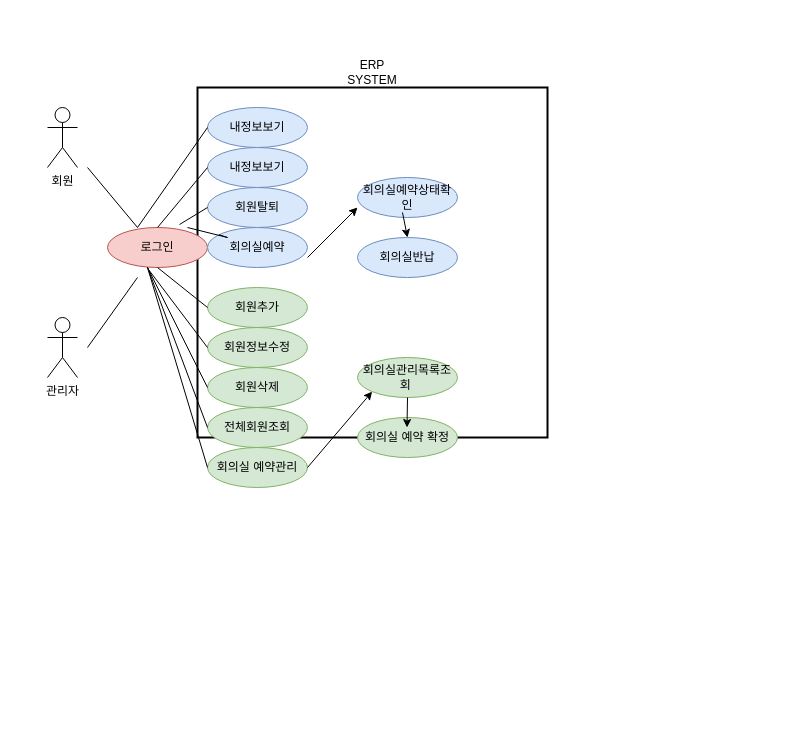
This is resources/제목 없는 다이어그램.drawio from dglimmm/gitProject, a draw.io file, before an edit. Source tidied: cells renumbered, new cells numbered last; positions are measured from the earlier drawing's top-left corner, leaving out a move shared by most shapes. Both pictures are drawn from the tidied source at 100%, with x=0, y=0 at pixel (47, 57).
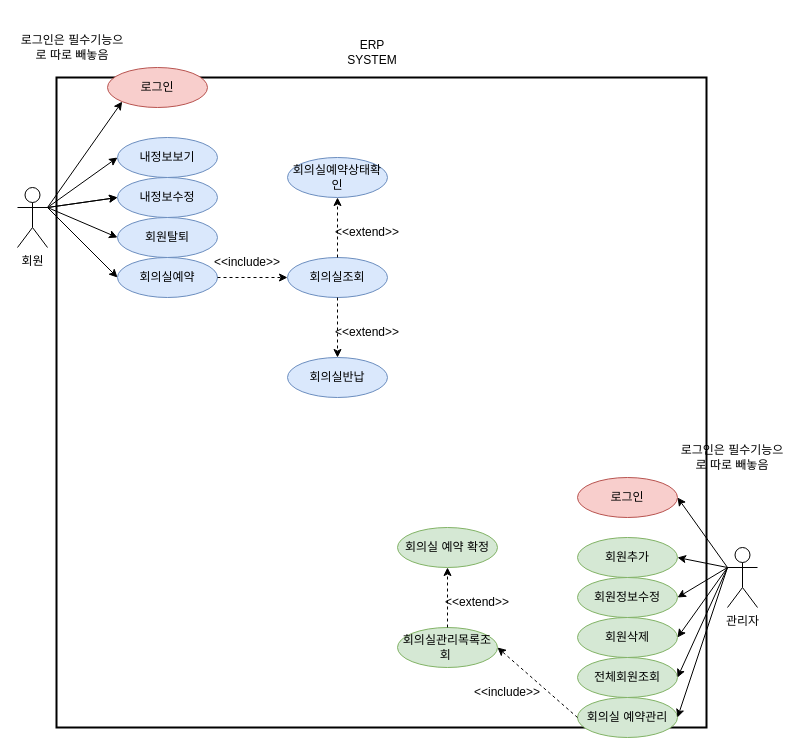
Above is the later version.

Diff of the diagram source:
```diff
@@
     <mxCell id="2" value="회원" style="shape=umlActor;verticalLabelPosition=bottom;verticalAlign=top;html=1;outlineConnect=0;" parent="1" vertex="1">
-      <mxGeometry y="50" width="30" height="60" as="geometry" />
+      <mxGeometry x="-30" y="130" width="30" height="60" as="geometry" />
     </mxCell>
     <mxCell id="3" value="관리자" style="shape=umlActor;verticalLabelPosition=bottom;verticalAlign=top;html=1;outlineConnect=0;" parent="1" vertex="1">
-      <mxGeometry y="260" width="30" height="60" as="geometry" />
+      <mxGeometry x="680" y="490" width="30" height="60" as="geometry" />
     </mxCell>
     <mxCell id="4" style="whiteSpace=wrap;html=1;fillColor=none;strokeWidth=2;" parent="1" vertex="1">
-      <mxGeometry x="150" y="30" width="350" height="350" as="geometry" />
+      <mxGeometry x="9" y="20" width="650" height="650" as="geometry" />
     </mxCell>
     <mxCell id="5" value="ERP SYSTEM" style="text;html=1;strokeColor=none;fillColor=none;align=center;verticalAlign=middle;whiteSpace=wrap;rounded=0;" parent="1" vertex="1">
-      <mxGeometry x="295" width="60" height="30" as="geometry" />
+      <mxGeometry x="295" y="-40" width="60" height="70" as="geometry" />
     </mxCell>
     <mxCell id="6" value="로그인" style="ellipse;whiteSpace=wrap;html=1;fillColor=#f8cecc;strokeColor=#b85450;" parent="1" vertex="1">
-      <mxGeometry x="60" y="170" width="100" height="40" as="geometry" />
+      <mxGeometry x="60" y="10" width="100" height="40" as="geometry" />
     </mxCell>
-    <mxCell id="7" style="endArrow=none;html=1;rounded=0;" parent="1" edge="1">
-      <mxGeometry relative="1" as="geometry">
-        <mxPoint x="40" y="110" as="sourcePoint" />
-        <mxPoint x="90" y="170" as="targetPoint" />
-      </mxGeometry>
-    </mxCell>
-    <mxCell id="8" style="endArrow=none;html=1;rounded=0;" parent="1" edge="1">
-      <mxGeometry relative="1" as="geometry">
-        <mxPoint x="40" y="290" as="sourcePoint" />
-        <mxPoint x="90" y="220" as="targetPoint" />
-      </mxGeometry>
-    </mxCell>
     <mxCell id="9" value="내정보보기" style="ellipse;whiteSpace=wrap;html=1;fillColor=#dae8fc;strokeColor=#6c8ebf;" parent="1" vertex="1">
-      <mxGeometry x="160" y="50" width="100" height="40" as="geometry" />
+      <mxGeometry x="70" y="80" width="100" height="40" as="geometry" />
     </mxCell>
-    <mxCell id="10" value="내정보보기" style="ellipse;whiteSpace=wrap;html=1;fillColor=#dae8fc;strokeColor=#6c8ebf;" parent="1" vertex="1">
-      <mxGeometry x="160" y="90" width="100" height="40" as="geometry" />
-    </mxCell>
     <mxCell id="11" value="회원탈퇴" style="ellipse;whiteSpace=wrap;html=1;fillColor=#dae8fc;strokeColor=#6c8ebf;" parent="1" vertex="1">
-      <mxGeometry x="160" y="130" width="100" height="40" as="geometry" />
+      <mxGeometry x="70" y="160" width="100" height="40" as="geometry" />
     </mxCell>
     <mxCell id="12" value="회의실예약" style="ellipse;whiteSpace=wrap;html=1;fillColor=#dae8fc;strokeColor=#6c8ebf;" parent="1" vertex="1">
-      <mxGeometry x="160" y="170" width="100" height="40" as="geometry" />
+      <mxGeometry x="70" y="200" width="100" height="40" as="geometry" />
     </mxCell>
     <mxCell id="13" value="회원추가" style="ellipse;whiteSpace=wrap;html=1;fillColor=#d5e8d4;strokeColor=#82b366;" parent="1" vertex="1">
-      <mxGeometry x="160" y="230" width="100" height="40" as="geometry" />
+      <mxGeometry x="530" y="480" width="100" height="40" as="geometry" />
     </mxCell>
     <mxCell id="14" value="회원정보수정" style="ellipse;whiteSpace=wrap;html=1;fillColor=#d5e8d4;strokeColor=#82b366;" parent="1" vertex="1">
-      <mxGeometry x="160" y="270" width="100" height="40" as="geometry" />
+      <mxGeometry x="530" y="520" width="100" height="40" as="geometry" />
     </mxCell>
     <mxCell id="15" value="회원삭제" style="ellipse;whiteSpace=wrap;html=1;fillColor=#d5e8d4;strokeColor=#82b366;" parent="1" vertex="1">
-      <mxGeometry x="160" y="310" width="100" height="40" as="geometry" />
+      <mxGeometry x="530" y="560" width="100" height="40" as="geometry" />
     </mxCell>
     <mxCell id="16" value="전체회원조회" style="ellipse;whiteSpace=wrap;html=1;fillColor=#d5e8d4;strokeColor=#82b366;" parent="1" vertex="1">
-      <mxGeometry x="160" y="350" width="100" height="40" as="geometry" />
+      <mxGeometry x="530" y="600" width="100" height="40" as="geometry" />
     </mxCell>
     <mxCell id="17" value="회의실 예약관리" style="ellipse;whiteSpace=wrap;html=1;fillColor=#d5e8d4;strokeColor=#82b366;" parent="1" vertex="1">
-      <mxGeometry x="160" y="390" width="100" height="40" as="geometry" />
+      <mxGeometry x="530" y="640" width="100" height="40" as="geometry" />
     </mxCell>
-    <mxCell id="18" style="endArrow=none;html=1;rounded=0;entryX=0;entryY=0.5;entryDx=0;entryDy=0;exitX=0.72;exitY=-0.075;exitDx=0;exitDy=0;exitPerimeter=0;" parent="1" edge="1" source="6" target="11">
-      <mxGeometry relative="1" as="geometry" />
-    </mxCell>
-    <mxCell id="19" style="endArrow=none;html=1;rounded=0;" parent="1" edge="1" target="12">
-      <mxGeometry relative="1" as="geometry">
-        <mxPoint x="140" y="170" as="sourcePoint" />
-        <Array as="points">
-          <mxPoint x="180" y="180" />
-        </Array>
-      </mxGeometry>
-    </mxCell>
-    <mxCell id="20" style="endArrow=none;html=1;rounded=0;exitX=0.5;exitY=0;exitDx=0;exitDy=0;" parent="1" edge="1" source="6">
-      <mxGeometry relative="1" as="geometry">
-        <mxPoint x="160" y="110" as="targetPoint" />
-      </mxGeometry>
-    </mxCell>
-    <mxCell id="21" style="endArrow=none;html=1;rounded=0;entryX=0;entryY=0.5;entryDx=0;entryDy=0;" parent="1" edge="1" target="9">
-      <mxGeometry relative="1" as="geometry">
-        <mxPoint x="90" y="170" as="sourcePoint" />
-      </mxGeometry>
-    </mxCell>
-    <mxCell id="22" style="endArrow=none;html=1;rounded=0;entryX=0;entryY=0.5;entryDx=0;entryDy=0;exitX=0.5;exitY=1;exitDx=0;exitDy=0;" parent="1" edge="1" source="6" target="13">
-      <mxGeometry relative="1" as="geometry" />
-    </mxCell>
-    <mxCell id="23" style="endArrow=none;html=1;rounded=0;exitX=0.41;exitY=1.05;exitDx=0;exitDy=0;exitPerimeter=0;" parent="1" edge="1" source="6">
-      <mxGeometry relative="1" as="geometry">
-        <mxPoint x="160" y="290" as="targetPoint" />
-      </mxGeometry>
-    </mxCell>
-    <mxCell id="24" style="endArrow=none;html=1;rounded=0;entryX=0;entryY=0.5;entryDx=0;entryDy=0;" parent="1" edge="1" target="15">
-      <mxGeometry relative="1" as="geometry">
-        <mxPoint x="100" y="210" as="sourcePoint" />
-      </mxGeometry>
-    </mxCell>
-    <mxCell id="25" style="endArrow=none;html=1;rounded=0;entryX=0;entryY=0.5;entryDx=0;entryDy=0;" parent="1" edge="1" target="16">
-      <mxGeometry relative="1" as="geometry">
-        <mxPoint x="100" y="210" as="sourcePoint" />
-      </mxGeometry>
-    </mxCell>
-    <mxCell id="26" style="endArrow=none;html=1;rounded=0;entryX=0;entryY=0.5;entryDx=0;entryDy=0;" parent="1" edge="1" target="17">
-      <mxGeometry relative="1" as="geometry">
-        <mxPoint x="100" y="210" as="sourcePoint" />
-      </mxGeometry>
-    </mxCell>
     <mxCell id="27" value="회의실예약상태확인" style="ellipse;whiteSpace=wrap;html=1;fillColor=#dae8fc;strokeColor=#6c8ebf;" parent="1" vertex="1">
-      <mxGeometry x="310" y="120" width="100" height="40" as="geometry" />
+      <mxGeometry x="240" y="100" width="100" height="40" as="geometry" />
     </mxCell>
     <mxCell id="28" value="회의실반납" style="ellipse;whiteSpace=wrap;html=1;fillColor=#dae8fc;strokeColor=#6c8ebf;" parent="1" vertex="1">
-      <mxGeometry x="310" y="180" width="100" height="40" as="geometry" />
+      <mxGeometry x="240" y="300" width="100" height="40" as="geometry" />
     </mxCell>
-    <mxCell id="29" style="endArrow=classic;html=1;rounded=0;" parent="1" edge="1">
-      <mxGeometry relative="1" as="geometry">
-        <mxPoint x="355" y="155" as="sourcePoint" />
-        <mxPoint x="360" y="180" as="targetPoint" />
-      </mxGeometry>
-    </mxCell>
-    <mxCell id="30" style="endArrow=classic;html=1;rounded=0;" parent="1" edge="1">
-      <mxGeometry relative="1" as="geometry">
-        <mxPoint x="260" y="200" as="sourcePoint" />
-        <mxPoint x="310" y="150" as="targetPoint" />
-      </mxGeometry>
+    <mxCell id="30" style="endArrow=classic;html=1;rounded=0;entryX=0;entryY=0.5;entryDx=0;entryDy=0;exitX=1;exitY=0.3333333333333333;exitDx=0;exitDy=0;exitPerimeter=0;" parent="1" edge="1" source="2" target="9">
+      <mxGeometry relative="1" as="geometry" />
     </mxCell>
     <mxCell id="31" value="회의실관리목록조회&amp;nbsp;" style="ellipse;whiteSpace=wrap;html=1;fillColor=#d5e8d4;strokeColor=#82b366;" parent="1" vertex="1">
-      <mxGeometry x="310" y="300" width="100" height="40" as="geometry" />
+      <mxGeometry x="350" y="570" width="100" height="40" as="geometry" />
     </mxCell>
     <mxCell id="32" value="회의실 예약 확정" style="ellipse;whiteSpace=wrap;html=1;fillColor=#d5e8d4;strokeColor=#82b366;" parent="1" vertex="1">
-      <mxGeometry x="310" y="360" width="100" height="40" as="geometry" />
+      <mxGeometry x="350" y="470" width="100" height="40" as="geometry" />
     </mxCell>
-    <mxCell id="33" style="endArrow=classic;html=1;rounded=0;entryX=0;entryY=1;entryDx=0;entryDy=0;" parent="1" edge="1" target="31">
-      <mxGeometry relative="1" as="geometry">
-        <mxPoint x="260" y="410" as="sourcePoint" />
-      </mxGeometry>
-    </mxCell>
-    <mxCell id="34" style="endArrow=classic;html=1;rounded=0;" parent="1" edge="1">
-      <mxGeometry relative="1" as="geometry">
-        <mxPoint x="360" y="340" as="sourcePoint" />
-        <mxPoint x="359.5" y="370" as="targetPoint" />
-      </mxGeometry>
-    </mxCell>
+    <mxCell id="35" value="로그인" style="ellipse;whiteSpace=wrap;html=1;fillColor=#f8cecc;strokeColor=#b85450;" parent="1" vertex="1">
+      <mxGeometry x="530" y="420" width="100" height="40" as="geometry" />
+    </mxCell>
+    <mxCell id="36" style="endArrow=classic;html=1;rounded=0;exitX=0;exitY=0.3333333333333333;exitDx=0;exitDy=0;exitPerimeter=0;entryX=1;entryY=0.5;entryDx=0;entryDy=0;" parent="1" edge="1" source="3" target="35">
+      <mxGeometry relative="1" as="geometry" />
+    </mxCell>
+    <mxCell id="37" value="로그인은 필수기능으로 따로 빼놓음" style="text;html=1;strokeColor=none;fillColor=none;align=center;verticalAlign=middle;whiteSpace=wrap;rounded=0;" parent="1" vertex="1">
+      <mxGeometry x="630" y="370" width="110" height="60" as="geometry" />
+    </mxCell>
+    <mxCell id="38" value="로그인은 필수기능으로 따로 빼놓음" style="text;html=1;strokeColor=none;fillColor=none;align=center;verticalAlign=middle;whiteSpace=wrap;rounded=0;" parent="1" vertex="1">
+      <mxGeometry x="-30" y="-40" width="110" height="60" as="geometry" />
+    </mxCell>
+    <mxCell id="39" style="endArrow=classic;html=1;rounded=0;entryX=0;entryY=1;entryDx=0;entryDy=0;exitX=1;exitY=0.3333333333333333;exitDx=0;exitDy=0;exitPerimeter=0;" parent="1" edge="1" source="2" target="6">
+      <mxGeometry relative="1" as="geometry" />
+    </mxCell>
+    <mxCell id="40" style="endArrow=classic;html=1;rounded=0;entryX=0;entryY=0.5;entryDx=0;entryDy=0;exitX=1;exitY=0.3333333333333333;exitDx=0;exitDy=0;exitPerimeter=0;" parent="1" edge="1" source="2" target="10">
+      <mxGeometry relative="1" as="geometry" />
+    </mxCell>
+    <mxCell id="41" style="endArrow=classic;html=1;rounded=0;entryX=0;entryY=0.5;entryDx=0;entryDy=0;exitX=1;exitY=0.3333333333333333;exitDx=0;exitDy=0;exitPerimeter=0;" parent="1" edge="1" source="2" target="12">
+      <mxGeometry relative="1" as="geometry" />
+    </mxCell>
+    <mxCell id="42" value="회의실조회" style="ellipse;whiteSpace=wrap;html=1;fillColor=#dae8fc;strokeColor=#6c8ebf;" parent="1" vertex="1">
+      <mxGeometry x="240" y="200" width="100" height="40" as="geometry" />
+    </mxCell>
+    <mxCell id="43" style="endArrow=classic;html=1;rounded=0;entryX=0;entryY=0.5;entryDx=0;entryDy=0;exitX=1;exitY=0.3333333333333333;exitDx=0;exitDy=0;exitPerimeter=0;" parent="1" edge="1" source="2" target="10">
+      <mxGeometry relative="1" as="geometry" />
+    </mxCell>
+    <mxCell id="10" value="내정보수정" style="ellipse;whiteSpace=wrap;html=1;fillColor=#dae8fc;strokeColor=#6c8ebf;" parent="1" vertex="1">
+      <mxGeometry x="70" y="120" width="100" height="40" as="geometry" />
+    </mxCell>
+    <mxCell id="44" style="endArrow=classic;html=1;rounded=0;entryX=0;entryY=0.5;entryDx=0;entryDy=0;exitX=1;exitY=0.3333333333333333;exitDx=0;exitDy=0;exitPerimeter=0;" parent="1" edge="1" source="2" target="11">
+      <mxGeometry relative="1" as="geometry" />
+    </mxCell>
+    <mxCell id="45" value="&amp;lt;&amp;lt;include&amp;gt;&amp;gt;" style="text;html=1;strokeColor=none;fillColor=none;align=center;verticalAlign=middle;whiteSpace=wrap;rounded=0;" parent="1" vertex="1">
+      <mxGeometry x="170" y="190" width="60" height="30" as="geometry" />
+    </mxCell>
+    <mxCell id="46" value="&amp;lt;&amp;lt;extend&amp;gt;&amp;gt;" style="text;html=1;strokeColor=none;fillColor=none;align=center;verticalAlign=middle;whiteSpace=wrap;rounded=0;rotation=0;" parent="1" vertex="1">
+      <mxGeometry x="290" y="160" width="60" height="30" as="geometry" />
+    </mxCell>
+    <mxCell id="47" value="&amp;lt;&amp;lt;extend&amp;gt;&amp;gt;" style="text;html=1;strokeColor=none;fillColor=none;align=center;verticalAlign=middle;whiteSpace=wrap;rounded=0;rotation=0;" parent="1" vertex="1">
+      <mxGeometry x="290" y="260" width="60" height="30" as="geometry" />
+    </mxCell>
+    <mxCell id="48" style="endArrow=classic;html=1;rounded=0;exitX=0;exitY=0.3333333333333333;exitDx=0;exitDy=0;exitPerimeter=0;entryX=1;entryY=0.5;entryDx=0;entryDy=0;" parent="1" edge="1" source="3" target="13">
+      <mxGeometry relative="1" as="geometry" />
+    </mxCell>
+    <mxCell id="49" style="endArrow=classic;html=1;rounded=0;exitX=0;exitY=0.3333333333333333;exitDx=0;exitDy=0;exitPerimeter=0;entryX=1;entryY=0.5;entryDx=0;entryDy=0;" parent="1" edge="1" source="3" target="14">
+      <mxGeometry relative="1" as="geometry" />
+    </mxCell>
+    <mxCell id="50" style="endArrow=classic;html=1;rounded=0;exitX=0;exitY=0.3333333333333333;exitDx=0;exitDy=0;exitPerimeter=0;entryX=1;entryY=0.5;entryDx=0;entryDy=0;" parent="1" edge="1" source="3" target="15">
+      <mxGeometry relative="1" as="geometry" />
+    </mxCell>
+    <mxCell id="51" style="endArrow=classic;html=1;rounded=0;exitX=0;exitY=0.3333333333333333;exitDx=0;exitDy=0;exitPerimeter=0;entryX=1;entryY=0.5;entryDx=0;entryDy=0;" parent="1" edge="1" source="3" target="16">
+      <mxGeometry relative="1" as="geometry" />
+    </mxCell>
+    <mxCell id="52" style="endArrow=classic;html=1;rounded=0;exitX=0;exitY=0.3333333333333333;exitDx=0;exitDy=0;exitPerimeter=0;entryX=1;entryY=0.5;entryDx=0;entryDy=0;" parent="1" edge="1" source="3" target="17">
+      <mxGeometry relative="1" as="geometry" />
+    </mxCell>
+    <mxCell id="53" style="endArrow=classic;html=1;rounded=0;entryX=0.5;entryY=0;entryDx=0;entryDy=0;exitX=0.5;exitY=1;exitDx=0;exitDy=0;dashed=1;" parent="1" edge="1" source="42" target="28">
+      <mxGeometry relative="1" as="geometry" />
+    </mxCell>
+    <mxCell id="54" style="endArrow=classic;html=1;rounded=0;entryX=0.5;entryY=1;entryDx=0;entryDy=0;exitX=0.5;exitY=0;exitDx=0;exitDy=0;dashed=1;" parent="1" edge="1" source="42" target="27">
+      <mxGeometry relative="1" as="geometry" />
+    </mxCell>
+    <mxCell id="55" style="endArrow=classic;html=1;rounded=0;entryX=0;entryY=0.5;entryDx=0;entryDy=0;exitX=1;exitY=0.5;exitDx=0;exitDy=0;dashed=1;" parent="1" edge="1" source="12" target="42">
+      <mxGeometry relative="1" as="geometry" />
+    </mxCell>
+    <mxCell id="56" style="endArrow=classic;html=1;rounded=0;entryX=1;entryY=0.5;entryDx=0;entryDy=0;exitX=0;exitY=0.5;exitDx=0;exitDy=0;dashed=1;" parent="1" edge="1" source="17" target="31">
+      <mxGeometry relative="1" as="geometry" />
+    </mxCell>
+    <mxCell id="57" value="&amp;lt;&amp;lt;include&amp;gt;&amp;gt;" style="text;html=1;strokeColor=none;fillColor=none;align=center;verticalAlign=middle;whiteSpace=wrap;rounded=0;" parent="1" vertex="1">
+      <mxGeometry x="430" y="620" width="60" height="30" as="geometry" />
+    </mxCell>
+    <mxCell id="58" style="endArrow=classic;html=1;rounded=0;entryX=0.5;entryY=1;entryDx=0;entryDy=0;exitX=0.5;exitY=0;exitDx=0;exitDy=0;dashed=1;" parent="1" edge="1" source="31" target="32">
+      <mxGeometry relative="1" as="geometry" />
+    </mxCell>
+    <mxCell id="59" value="&amp;lt;&amp;lt;extend&amp;gt;&amp;gt;" style="text;html=1;strokeColor=none;fillColor=none;align=center;verticalAlign=middle;whiteSpace=wrap;rounded=0;rotation=0;" parent="1" vertex="1">
+      <mxGeometry x="400" y="530" width="60" height="30" as="geometry" />
+    </mxCell>
```
